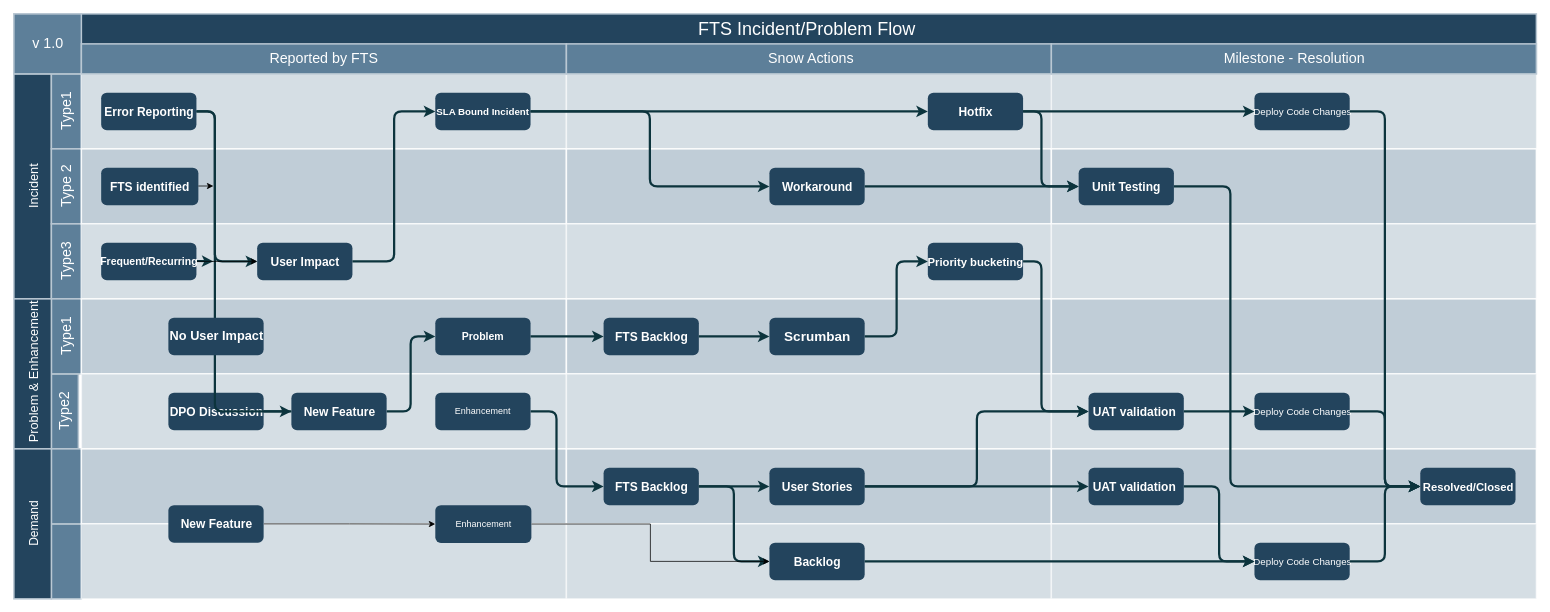
Earlier version of the draw.io diagram Untitled Diagram.drawio (mainakdey-oa/diagramit). Source tidied: cells renumbered, new cells numbered last; positions are measured from the earlier drawing's top-left corner, leaving out a move shared by most shapes. Both pictures are drawn from the tidied source at 75%, with x=0, y=0 at pixel (14, 14).
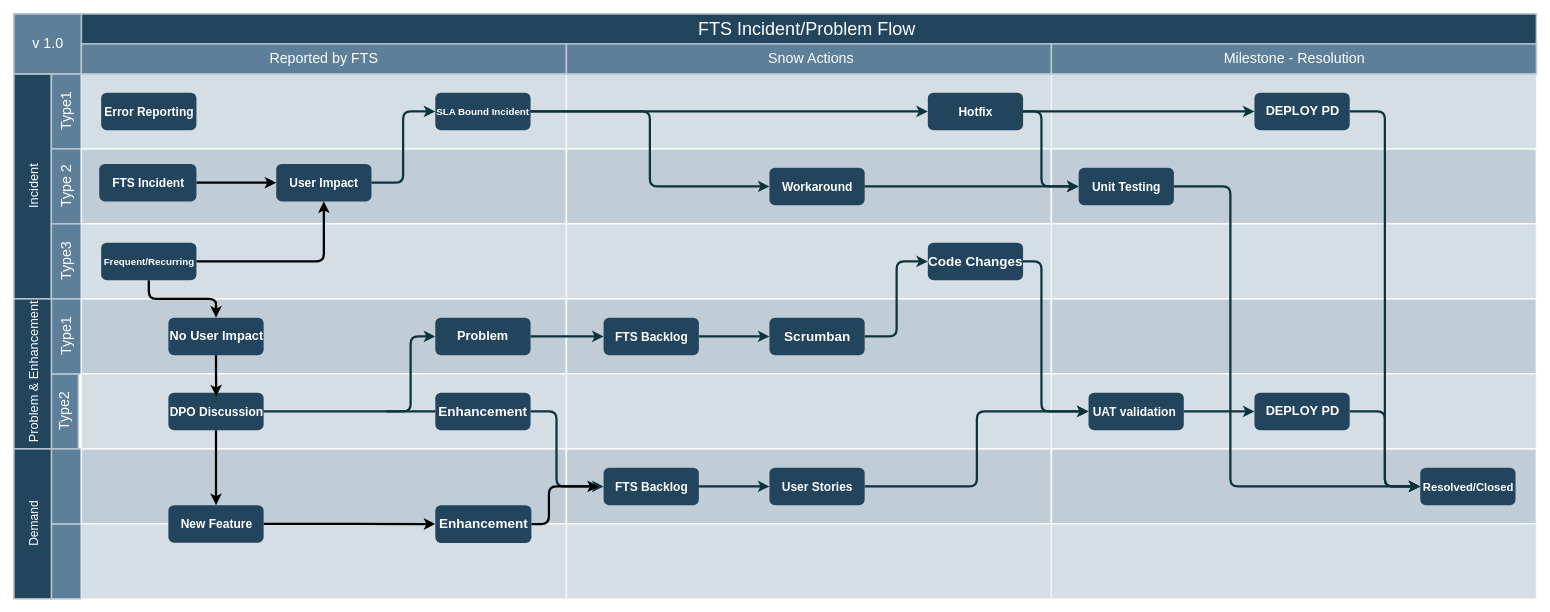
Above is the later version.

Unchanged cells that the change refers to:
```xml
<mxCell id="18" style="strokeColor=#FFFFFF;fillColor=#BAC8D3;fontSize=18;strokeWidth=2;fontFamily=Helvetica;html=1;opacity=60;" parent="1" vertex="1">
  <mxGeometry x="90" y="480" width="646.7" height="100" as="geometry" />
</mxCell>
<mxCell id="26" style="strokeColor=#FFFFFF;fillColor=#BAC8D3;fontSize=18;strokeWidth=2;fontFamily=Helvetica;html=1;opacity=90;" parent="1" vertex="1">
  <mxGeometry x="736.7" y="580" width="646.7" height="100" as="geometry" />
</mxCell>
<mxCell id="36" value="&lt;b style=&quot;font-size: 16px;&quot;&gt;&lt;font color=&quot;#ffffff&quot; style=&quot;font-size: 16px;&quot;&gt;Error Reporting&lt;/font&gt;&lt;/b&gt;" style="rounded=1;fillColor=#23445D;strokeColor=none;strokeWidth=2;fontFamily=Helvetica;html=1;gradientColor=none;fontSize=16;" parent="1" vertex="1">
  <mxGeometry x="116.4" y="105" width="127" height="50" as="geometry" />
</mxCell>
<mxCell id="40" value="&lt;font size=&quot;1&quot; color=&quot;#ffffff&quot;&gt;&lt;b style=&quot;font-size: 16px;&quot;&gt;DPO Discussion&lt;/b&gt;&lt;/font&gt;" style="rounded=1;fillColor=#23445D;strokeColor=none;strokeWidth=2;fontFamily=Helvetica;html=1;gradientColor=none;" parent="1" vertex="1">
  <mxGeometry x="206" y="505" width="127" height="50" as="geometry" />
</mxCell>
<mxCell id="43" value="&lt;font size=&quot;1&quot; style=&quot;&quot; color=&quot;#ffffff&quot;&gt;&lt;b style=&quot;font-size: 15px;&quot;&gt;Resolved/Closed&lt;/b&gt;&lt;/font&gt;" style="rounded=1;fillColor=#23445D;strokeColor=none;strokeWidth=2;gradientColor=none;fontFamily=Helvetica;html=1;" parent="1" vertex="1">
  <mxGeometry x="1875.2" y="605" width="127" height="50" as="geometry" />
</mxCell>
<mxCell id="46" value="&lt;font style=&quot;font-size: 16px;&quot; color=&quot;#ffffff&quot;&gt;&lt;b&gt;FTS Backlog&lt;br&gt;&lt;/b&gt;&lt;/font&gt;" style="rounded=1;fillColor=#23445D;strokeColor=none;strokeWidth=2;fontFamily=Helvetica;html=1;gradientColor=none;" parent="1" vertex="1">
  <mxGeometry x="786.3" y="605" width="127" height="50" as="geometry" />
</mxCell>
<mxCell id="47" value="&lt;font style=&quot;font-size: 16px;&quot; color=&quot;#ffffff&quot;&gt;&lt;b&gt;User Stories&lt;/b&gt;&lt;/font&gt;" style="rounded=1;fillColor=#23445D;strokeColor=none;strokeWidth=2;fontFamily=Helvetica;html=1;gradientColor=none;" parent="1" vertex="1">
  <mxGeometry x="1007.4" y="605" width="127" height="50" as="geometry" />
</mxCell>
<mxCell id="86" value="&lt;font size=&quot;1&quot; color=&quot;#FFFFFF&quot;&gt;&lt;b style=&quot;font-size: 17px;&quot;&gt;No User Impact&lt;/b&gt;&lt;/font&gt;" style="rounded=1;fillColor=#23445D;strokeColor=none;strokeWidth=2;fontFamily=Helvetica;html=1;gradientColor=none;" parent="1" vertex="1">
  <mxGeometry x="206" y="405" width="127" height="50" as="geometry" />
</mxCell>
<mxCell id="94" value="&lt;b&gt;&lt;font style=&quot;font-size: 16px;&quot; color=&quot;#ffffff&quot;&gt;New Feature&lt;/font&gt;&lt;/b&gt;" style="rounded=1;fillColor=#23445D;strokeColor=none;strokeWidth=2;fontFamily=Helvetica;html=1;gradientColor=none;" parent="1" vertex="1">
  <mxGeometry x="206" y="655" width="127" height="50" as="geometry" />
</mxCell>
```

Change to the diagram source:
```diff
@@
-    <mxCell id="35" style="edgeStyle=orthogonalEdgeStyle;rounded=1;jumpStyle=none;html=1;exitX=1;exitY=0.5;entryX=0;entryY=0.5;labelBackgroundColor=#ffffff;startArrow=none;startFill=0;endArrow=classic;jettySize=auto;strokeColor=#0C343D;strokeWidth=3;fontFamily=Helvetica;fontSize=11;fontColor=#000000;" parent="1" edge="1" source="36" target="38">
-      <mxGeometry relative="1" as="geometry">
-        <Array as="points">
-          <mxPoint x="268" y="130" />
-          <mxPoint x="268" y="330" />
-        </Array>
-      </mxGeometry>
-    </mxCell>
@@
     <mxCell id="38" value="&lt;font size=&quot;1&quot; color=&quot;#ffffff&quot;&gt;&lt;b style=&quot;font-size: 16px;&quot;&gt;User Impact&lt;/b&gt;&lt;/font&gt;" style="rounded=1;fillColor=#23445D;strokeColor=none;strokeWidth=2;fontFamily=Helvetica;html=1;gradientColor=none;" parent="1" vertex="1">
-      <mxGeometry x="324.4" y="305" width="127" height="50" as="geometry" />
+      <mxGeometry x="349.8" y="200" width="127" height="50" as="geometry" />
     </mxCell>
-    <mxCell id="39" value="&lt;b style=&quot;font-size: 14px;&quot;&gt;&lt;font style=&quot;font-size: 14px;&quot; color=&quot;#FFFFFF&quot;&gt;Problem&lt;/font&gt;&lt;/b&gt;" style="rounded=1;fillColor=#23445D;strokeColor=none;strokeWidth=2;fontFamily=Helvetica;html=1;gradientColor=none;" parent="1" vertex="1">
+    <mxCell id="39" value="&lt;b&gt;&lt;font style=&quot;font-size: 17px;&quot; color=&quot;#FFFFFF&quot;&gt;Problem&lt;/font&gt;&lt;/b&gt;" style="rounded=1;fillColor=#23445D;strokeColor=none;strokeWidth=2;fontFamily=Helvetica;html=1;gradientColor=none;" parent="1" vertex="1">
       <mxGeometry x="561.9" y="405" width="127" height="50" as="geometry" />
     </mxCell>
+    <mxCell id="97" style="edgeStyle=orthogonalEdgeStyle;rounded=1;jettySize=auto;html=1;exitX=0.5;exitY=1;exitDx=0;exitDy=0;entryX=0.5;entryY=0;entryDx=0;entryDy=0;strokeWidth=3;fontSize=17;fontColor=#FFFFFF;" parent="1" edge="1" source="40" target="94">
+      <mxGeometry relative="1" as="geometry" />
+    </mxCell>
@@
-    <mxCell id="45" value="&lt;font style=&quot;font-size: 16px;&quot; color=&quot;#ffffff&quot;&gt;&lt;b&gt;Backlog&lt;/b&gt;&lt;/font&gt;" style="rounded=1;fillColor=#23445D;strokeColor=none;strokeWidth=2;fontFamily=Helvetica;html=1;gradientColor=none;" parent="1" vertex="1">
-      <mxGeometry x="1007.4" y="705" width="127" height="50" as="geometry" />
-    </mxCell>
@@
-    <mxCell id="49" value="&lt;font size=&quot;1&quot; color=&quot;#ffffff&quot;&gt;&lt;b style=&quot;font-size: 15px;&quot;&gt;Priority bucketing&lt;/b&gt;&lt;/font&gt;" style="rounded=1;fillColor=#23445D;strokeColor=none;strokeWidth=2;fontFamily=Helvetica;html=1;gradientColor=none;" parent="1" vertex="1">
+    <mxCell id="49" value="&lt;font color=&quot;#FFFFFF&quot;&gt;&lt;b&gt;&lt;font style=&quot;font-size: 18px;&quot;&gt;Code Changes&lt;/font&gt;&lt;/b&gt;&lt;/font&gt;" style="rounded=1;fillColor=#23445D;strokeColor=none;strokeWidth=2;fontFamily=Helvetica;html=1;gradientColor=none;" parent="1" vertex="1">
       <mxGeometry x="1218.6" y="305" width="127" height="50" as="geometry" />
     </mxCell>
@@
-    <mxCell id="51" value="&lt;span style=&quot;color: rgb(255, 255, 255);&quot;&gt;&lt;font style=&quot;font-size: 13px;&quot;&gt;Deploy Code Changes&lt;/font&gt;&lt;/span&gt;" style="rounded=1;fillColor=#23445D;strokeColor=none;strokeWidth=2;gradientColor=none;fontFamily=Helvetica;html=1;" parent="1" vertex="1">
+    <mxCell id="51" value="&lt;font color=&quot;#FFFFFF&quot;&gt;&lt;b&gt;&lt;font style=&quot;font-size: 17px;&quot;&gt;DEPLOY PD&lt;/font&gt;&lt;/b&gt;&lt;/font&gt;" style="rounded=1;fillColor=#23445D;strokeColor=none;strokeWidth=2;gradientColor=none;fontFamily=Helvetica;html=1;" parent="1" vertex="1">
       <mxGeometry x="1654.1" y="505" width="127" height="50" as="geometry" />
     </mxCell>
@@
-    <mxCell id="53" value="&lt;b style=&quot;color: rgb(255, 255, 255);&quot;&gt;&lt;font style=&quot;font-size: 16px;&quot;&gt;UAT validation&amp;nbsp;&lt;/font&gt;&lt;/b&gt;" style="rounded=1;fillColor=#23445D;strokeColor=none;strokeWidth=2;gradientColor=none;fontFamily=Helvetica;html=1;" parent="1" vertex="1">
-      <mxGeometry x="1432.9" y="605" width="127" height="50" as="geometry" />
-    </mxCell>
-    <mxCell id="54" value="&lt;span style=&quot;color: rgb(255, 255, 255);&quot;&gt;&lt;font style=&quot;font-size: 13px;&quot;&gt;Deploy Code Changes&lt;/font&gt;&lt;/span&gt;" style="rounded=1;fillColor=#23445D;strokeColor=none;strokeWidth=2;gradientColor=none;fontFamily=Helvetica;html=1;" parent="1" vertex="1">
-      <mxGeometry x="1654.1" y="705" width="127" height="50" as="geometry" />
-    </mxCell>
-    <mxCell id="55" value="&lt;font style=&quot;font-size: 13px;&quot; color=&quot;#ffffff&quot;&gt;Deploy Code Changes&lt;/font&gt;" style="rounded=1;fillColor=#23445D;strokeColor=none;strokeWidth=2;gradientColor=none;fontFamily=Helvetica;html=1;" parent="1" vertex="1">
+    <mxCell id="55" value="&lt;font color=&quot;#FFFFFF&quot;&gt;&lt;b&gt;&lt;font style=&quot;font-size: 17px;&quot;&gt;DEPLOY PD&lt;/font&gt;&lt;/b&gt;&lt;/font&gt;" style="rounded=1;fillColor=#23445D;strokeColor=none;strokeWidth=2;gradientColor=none;fontFamily=Helvetica;html=1;" parent="1" vertex="1">
       <mxGeometry x="1654.1" y="105" width="127" height="50" as="geometry" />
     </mxCell>
-    <mxCell id="56" style="edgeStyle=elbowEdgeStyle;elbow=horizontal;strokeWidth=3;strokeColor=#0C343D;fontFamily=Helvetica;html=1;" parent="1" edge="1" source="36" target="91">
-      <mxGeometry x="-114" y="-810.5" as="geometry">
-        <Array as="points">
-          <mxPoint x="268" y="399.5" />
-          <mxPoint x="268" y="252" />
-        </Array>
-      </mxGeometry>
-    </mxCell>
@@
-    <mxCell id="58" style="edgeStyle=elbowEdgeStyle;elbow=horizontal;strokeWidth=3;strokeColor=#0C343D;fontFamily=Helvetica;html=1;startArrow=none;" parent="1" edge="1" source="91" target="39">
-      <mxGeometry x="-107.6" y="20" as="geometry" />
+    <mxCell id="58" style="edgeStyle=elbowEdgeStyle;elbow=horizontal;strokeWidth=3;strokeColor=#0C343D;fontFamily=Helvetica;html=1;startArrow=none;" parent="1" edge="1" target="39">
+      <mxGeometry x="-107.6" y="20" as="geometry">
+        <mxPoint x="497" y="530" as="sourcePoint" />
+      </mxGeometry>
     </mxCell>
@@
-    <mxCell id="65" style="edgeStyle=elbowEdgeStyle;elbow=horizontal;strokeWidth=3;strokeColor=#0C343D;fontFamily=Helvetica;html=1;" parent="1" edge="1" source="46" target="45">
-      <mxGeometry x="-107.6" y="20" as="geometry" />
-    </mxCell>
-    <mxCell id="66" style="edgeStyle=elbowEdgeStyle;elbow=horizontal;strokeWidth=3;strokeColor=#0C343D;fontFamily=Helvetica;html=1;" parent="1" edge="1" source="45" target="54">
-      <mxGeometry x="-107.6" y="20" as="geometry" />
-    </mxCell>
-    <mxCell id="67" style="edgeStyle=elbowEdgeStyle;elbow=horizontal;strokeWidth=3;strokeColor=#0C343D;fontFamily=Helvetica;html=1;" parent="1" edge="1" source="54" target="43">
-      <mxGeometry x="-107.6" y="20" as="geometry" />
-    </mxCell>
@@
-    <mxCell id="69" style="edgeStyle=elbowEdgeStyle;elbow=horizontal;strokeWidth=3;strokeColor=#0C343D;fontFamily=Helvetica;html=1;" parent="1" edge="1" source="53" target="54">
-      <mxGeometry x="-107.6" y="20" as="geometry" />
-    </mxCell>
@@
-    <mxCell id="71" style="edgeStyle=elbowEdgeStyle;elbow=horizontal;strokeWidth=3;strokeColor=#0C343D;fontFamily=Helvetica;html=1;" parent="1" edge="1" source="47" target="53">
-      <mxGeometry x="-107.6" y="20" as="geometry" />
-    </mxCell>
@@
+    <mxCell id="98" style="edgeStyle=orthogonalEdgeStyle;rounded=1;jettySize=auto;html=1;entryX=0;entryY=0.5;entryDx=0;entryDy=0;strokeWidth=3;fontSize=17;fontColor=#FFFFFF;" parent="1" edge="1" source="84" target="38">
+      <mxGeometry relative="1" as="geometry" />
+    </mxCell>
-    <mxCell id="84" value="&lt;b&gt;&lt;font style=&quot;font-size: 16px;&quot; color=&quot;#ffffff&quot;&gt;FTS identified&lt;/font&gt;&lt;/b&gt;" style="rounded=1;fillColor=#23445D;strokeColor=none;strokeWidth=2;fontFamily=Helvetica;html=1;gradientColor=none;" parent="1" vertex="1">
-      <mxGeometry x="116.4" y="205" width="129.6" height="50" as="geometry" />
+    <mxCell id="84" value="&lt;b&gt;&lt;font style=&quot;font-size: 16px;&quot; color=&quot;#FFFFFF&quot;&gt;FTS Incident&lt;br&gt;&lt;/font&gt;&lt;/b&gt;" style="rounded=1;fillColor=#23445D;strokeColor=none;strokeWidth=2;fontFamily=Helvetica;html=1;gradientColor=none;" parent="1" vertex="1">
+      <mxGeometry x="113.8" y="200" width="129.6" height="50" as="geometry" />
     </mxCell>
-    <mxCell id="85" style="rounded=1;jumpStyle=none;html=1;exitX=1;exitY=0.5;labelBackgroundColor=#ffffff;startArrow=none;startFill=0;endArrow=classic;jettySize=auto;orthogonalLoop=1;strokeColor=#0C343D;strokeWidth=3;fontFamily=Helvetica;fontSize=11;fontColor=#000000;" parent="1" edge="1">
-      <mxGeometry relative="1" as="geometry">
-        <mxPoint x="243.4" y="329.5" as="sourcePoint" />
-        <mxPoint x="266" y="330" as="targetPoint" />
-      </mxGeometry>
-    </mxCell>
+    <mxCell id="99" style="edgeStyle=orthogonalEdgeStyle;rounded=1;jettySize=auto;html=1;exitX=0.5;exitY=1;exitDx=0;exitDy=0;entryX=0.278;entryY=0.3;entryDx=0;entryDy=0;entryPerimeter=0;strokeWidth=3;fontSize=17;fontColor=#FFFFFF;" parent="1" edge="1" source="86" target="18">
+      <mxGeometry relative="1" as="geometry" />
+    </mxCell>
@@
+    <mxCell id="100" style="edgeStyle=orthogonalEdgeStyle;rounded=1;jettySize=auto;html=1;entryX=0.5;entryY=0;entryDx=0;entryDy=0;strokeWidth=3;fontSize=17;fontColor=#FFFFFF;" parent="1" edge="1" source="88" target="86">
+      <mxGeometry relative="1" as="geometry" />
+    </mxCell>
-    <mxCell id="87" style="edgeStyle=none;rounded=0;jettySize=auto;html=1;fontSize=14;fontColor=#FFFFFF;" parent="1" edge="1" source="88" target="38">
+    <mxCell id="87" style="edgeStyle=orthogonalEdgeStyle;rounded=1;jettySize=auto;html=1;entryX=0.5;entryY=1;entryDx=0;entryDy=0;strokeWidth=3;fontSize=17;fontColor=#FFFFFF;" parent="1" edge="1" source="88" target="38">
       <mxGeometry relative="1" as="geometry" />
     </mxCell>
-    <mxCell id="88" value="&lt;b&gt;&lt;font style=&quot;font-size: 14px;&quot; color=&quot;#ffffff&quot;&gt;Frequent/Recurring&lt;/font&gt;&lt;/b&gt;" style="rounded=1;fillColor=#23445D;strokeColor=none;strokeWidth=2;fontFamily=Helvetica;html=1;gradientColor=none;" parent="1" vertex="1">
+    <mxCell id="88" value="&lt;font style=&quot;font-size: 13px;&quot;&gt;&lt;b&gt;&lt;font style=&quot;font-size: 13px;&quot; color=&quot;#ffffff&quot;&gt;Frequent/Recurring&lt;/font&gt;&lt;/b&gt;&lt;/font&gt;" style="rounded=1;fillColor=#23445D;strokeColor=none;strokeWidth=2;fontFamily=Helvetica;html=1;gradientColor=none;" parent="1" vertex="1">
       <mxGeometry x="116.4" y="305" width="127" height="50" as="geometry" />
     </mxCell>
-    <mxCell id="89" style="edgeStyle=none;rounded=1;orthogonalLoop=1;jettySize=auto;html=1;fontSize=14;fontColor=#FFFFFF;" parent="1" edge="1">
-      <mxGeometry relative="1" as="geometry">
-        <mxPoint x="246" y="229.5" as="sourcePoint" />
-        <mxPoint x="266" y="229.5" as="targetPoint" />
-      </mxGeometry>
-    </mxCell>
-    <mxCell id="90" value="&lt;font color=&quot;#FFFFFF&quot;&gt;Enhancement&lt;/font&gt;" style="rounded=1;fillColor=#23445D;strokeColor=none;strokeWidth=2;fontFamily=Helvetica;html=1;gradientColor=none;" parent="1" vertex="1">
+    <mxCell id="90" value="&lt;b&gt;&lt;font style=&quot;font-size: 18px;&quot; color=&quot;#FFFFFF&quot;&gt;Enhancement&lt;/font&gt;&lt;/b&gt;" style="rounded=1;fillColor=#23445D;strokeColor=none;strokeWidth=2;fontFamily=Helvetica;html=1;gradientColor=none;" parent="1" vertex="1">
       <mxGeometry x="561.9" y="505" width="127" height="50" as="geometry" />
     </mxCell>
-    <mxCell id="91" value="&lt;b&gt;&lt;font style=&quot;font-size: 16px;&quot; color=&quot;#ffffff&quot;&gt;New Feature&lt;/font&gt;&lt;/b&gt;" style="rounded=1;fillColor=#23445D;strokeColor=none;strokeWidth=2;fontFamily=Helvetica;html=1;gradientColor=none;" parent="1" vertex="1">
-      <mxGeometry x="370" y="505" width="127" height="50" as="geometry" />
-    </mxCell>
-    <mxCell id="92" style="edgeStyle=elbowEdgeStyle;elbow=horizontal;strokeWidth=3;strokeColor=#0C343D;fontFamily=Helvetica;html=1;endArrow=none;" parent="1" edge="1" source="40" target="91">
+    <mxCell id="92" style="edgeStyle=elbowEdgeStyle;elbow=horizontal;strokeWidth=3;strokeColor=#0C343D;fontFamily=Helvetica;html=1;endArrow=none;entryX=0;entryY=0.5;entryDx=0;entryDy=0;" parent="1" edge="1" source="40" target="90">
       <mxGeometry x="-107.6" y="20" as="geometry" />
     </mxCell>
-    <mxCell id="93" style="edgeStyle=orthogonalEdgeStyle;rounded=0;jettySize=auto;html=1;entryX=0;entryY=0.5;entryDx=0;entryDy=0;fontSize=17;fontColor=#FFFFFF;" parent="1" edge="1" source="94" target="96">
+    <mxCell id="93" style="edgeStyle=orthogonalEdgeStyle;rounded=1;jettySize=auto;html=1;entryX=0;entryY=0.5;entryDx=0;entryDy=0;fontSize=17;fontColor=#FFFFFF;strokeWidth=3;" parent="1" edge="1" source="94" target="96">
       <mxGeometry relative="1" as="geometry" />
     </mxCell>
@@
-    <mxCell id="95" style="edgeStyle=orthogonalEdgeStyle;rounded=0;jettySize=auto;html=1;entryX=0;entryY=0.5;entryDx=0;entryDy=0;fontSize=17;fontColor=#FFFFFF;" parent="1" edge="1" source="96" target="45">
-      <mxGeometry relative="1" as="geometry" />
-    </mxCell>
+    <mxCell id="101" style="edgeStyle=orthogonalEdgeStyle;rounded=1;jettySize=auto;html=1;exitX=1;exitY=0.5;exitDx=0;exitDy=0;entryX=0.067;entryY=0.5;entryDx=0;entryDy=0;entryPerimeter=0;fontSize=18;fontColor=#FFFFFF;strokeWidth=3;" parent="1" edge="1" source="96" target="26">
+      <mxGeometry relative="1" as="geometry" />
+    </mxCell>
-    <mxCell id="96" value="&lt;font color=&quot;#FFFFFF&quot;&gt;Enhancement&lt;/font&gt;" style="rounded=1;fillColor=#23445D;strokeColor=none;strokeWidth=2;fontFamily=Helvetica;html=1;gradientColor=none;" parent="1" vertex="1">
+    <mxCell id="96" value="&lt;b&gt;&lt;font style=&quot;font-size: 18px;&quot; color=&quot;#FFFFFF&quot;&gt;Enhancement&lt;/font&gt;&lt;/b&gt;" style="rounded=1;fillColor=#23445D;strokeColor=none;strokeWidth=2;fontFamily=Helvetica;html=1;gradientColor=none;" parent="1" vertex="1">
       <mxGeometry x="561.9" y="655" width="128.1" height="50.4" as="geometry" />
     </mxCell>
```
